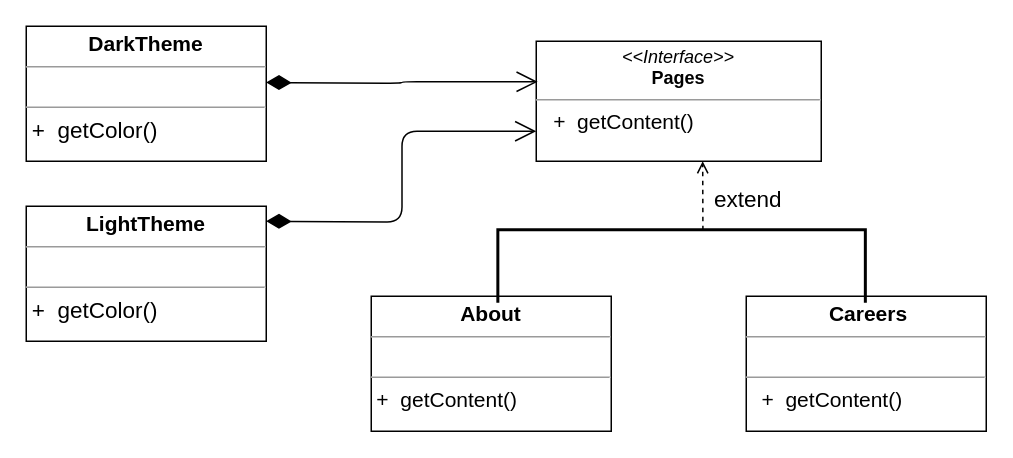
This is structural/bridge/bridge.drawio from MaksShadows/Patterns, a draw.io file, before an edit. Source tidied: cells renumbered, new cells numbered last; positions are measured from the earlier drawing's top-left corner, leaving out a move shared by most shapes. Both pictures are drawn from the tidied source at 150%, with x=0, y=0 at pixel (26, 26).
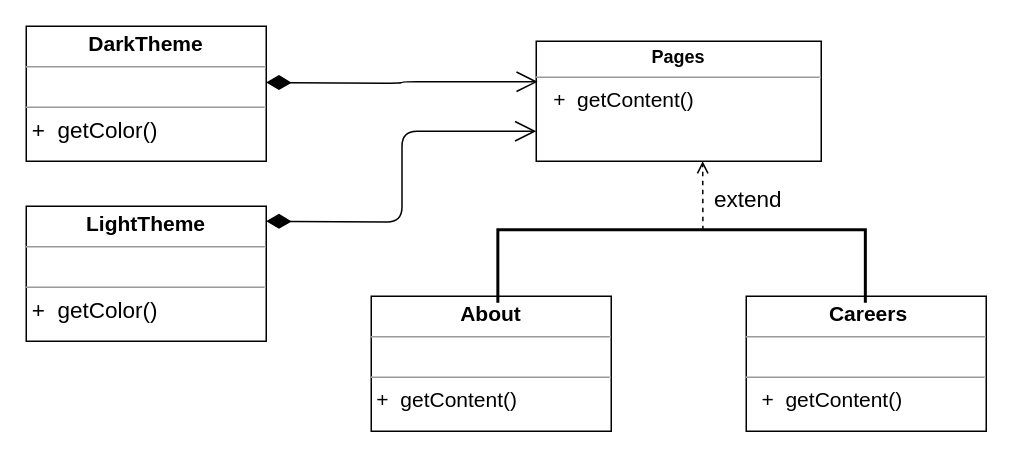
After the change.

What changed in the source:
```diff
@@
 <mxGraphModel>
   <root>
     <mxCell id="0" />
     <mxCell id="1" parent="0" />
-    <mxCell id="2" value="&lt;p style=&quot;margin: 0px ; margin-top: 4px ; text-align: center&quot;&gt;&lt;i&gt;&amp;lt;&amp;lt;Interface&amp;gt;&amp;gt;&lt;/i&gt;&lt;br&gt;&lt;b&gt;Pages&lt;/b&gt;&lt;/p&gt;&lt;hr size=&quot;1&quot;&gt;&lt;p style=&quot;text-align: justify ; margin: 0px 0px 0px 4px&quot;&gt;&lt;font style=&quot;font-size: 14px&quot;&gt;&amp;nbsp; +&amp;nbsp;&amp;nbsp;getContent()&lt;/font&gt;&lt;/p&gt;" style="verticalAlign=top;align=left;overflow=fill;fontSize=12;fontFamily=Helvetica;html=1;" parent="1" vertex="1">
+    <mxCell id="2" value="&lt;p style=&quot;margin: 0px ; margin-top: 4px ; text-align: center&quot;&gt;&lt;b&gt;Pages&lt;/b&gt;&lt;/p&gt;&lt;hr size=&quot;1&quot;&gt;&lt;p style=&quot;text-align: justify ; margin: 0px 0px 0px 4px&quot;&gt;&lt;font style=&quot;font-size: 14px&quot;&gt;&amp;nbsp; +&amp;nbsp;&amp;nbsp;getContent()&lt;/font&gt;&lt;/p&gt;" style="verticalAlign=top;align=left;overflow=fill;fontSize=12;fontFamily=Helvetica;html=1;" parent="1" vertex="1">
       <mxGeometry x="340" y="10" width="190" height="80" as="geometry" />
     </mxCell>
     <mxCell id="3" value="&lt;p style=&quot;margin: 0px ; margin-top: 4px ; text-align: center&quot;&gt;&lt;span style=&quot;font-size: 14px&quot;&gt;&lt;b&gt;About&lt;/b&gt;&lt;/span&gt;&lt;br&gt;&lt;/p&gt;&lt;hr size=&quot;1&quot;&gt;&lt;p style=&quot;margin: 0px ; margin-left: 4px&quot;&gt;&lt;br&gt;&lt;/p&gt;&lt;hr size=&quot;1&quot;&gt;&lt;p style=&quot;margin: 0px 0px 0px 4px ; font-size: 14px&quot;&gt;&lt;/p&gt;&lt;span style=&quot;font-size: 14px ; text-align: justify&quot;&gt;&amp;nbsp;+&amp;nbsp;&amp;nbsp;getContent()&lt;/span&gt;" style="verticalAlign=top;align=left;overflow=fill;fontSize=12;fontFamily=Helvetica;html=1;" parent="1" vertex="1">
       <mxGeometry x="230" y="180" width="160" height="90" as="geometry" />
     </mxCell>
     <mxCell id="4" value="&lt;p style=&quot;margin: 0px ; margin-top: 4px ; text-align: center&quot;&gt;&lt;b&gt;&amp;nbsp;&lt;font style=&quot;font-size: 14px&quot;&gt;Careers&lt;/font&gt;&lt;/b&gt;&lt;br&gt;&lt;/p&gt;&lt;hr size=&quot;1&quot;&gt;&lt;p style=&quot;margin: 0px ; margin-left: 4px&quot;&gt;&lt;br&gt;&lt;/p&gt;&lt;hr size=&quot;1&quot;&gt;&lt;p style=&quot;margin: 0px ; margin-left: 4px&quot;&gt;&lt;span&gt;&amp;nbsp;&amp;nbsp;&lt;/span&gt;&lt;span style=&quot;font-size: 14px&quot;&gt;+&amp;nbsp;&amp;nbsp;getContent()&lt;/span&gt;&lt;br&gt;&lt;/p&gt;&lt;p style=&quot;margin: 0px ; margin-left: 4px&quot;&gt;&lt;br&gt;&lt;/p&gt;" style="verticalAlign=top;align=left;overflow=fill;fontSize=12;fontFamily=Helvetica;html=1;" parent="1" vertex="1">
       <mxGeometry x="480" y="180" width="160" height="90" as="geometry" />
     </mxCell>
     <mxCell id="5" style="strokeWidth=2;html=1;shape=mxgraph.flowchart.annotation_1;align=left;rotation=90;" parent="1" vertex="1">
       <mxGeometry x="412.5" y="37.5" width="48.8" height="245" as="geometry" />
     </mxCell>
     <mxCell id="6" value="&lt;p style=&quot;margin: 0px ; margin-top: 4px ; text-align: center&quot;&gt;&lt;span style=&quot;font-size: 14px&quot;&gt;&lt;b&gt;DarkTheme&lt;/b&gt;&lt;/span&gt;&lt;br&gt;&lt;/p&gt;&lt;hr size=&quot;1&quot;&gt;&lt;p style=&quot;margin: 0px ; margin-left: 4px&quot;&gt;&lt;br&gt;&lt;/p&gt;&lt;hr size=&quot;1&quot;&gt;&lt;p style=&quot;margin: 0px 0px 0px 4px ; font-size: 14px&quot;&gt;&lt;/p&gt;&lt;span style=&quot;text-align: justify&quot;&gt;&lt;font style=&quot;font-size: 15px&quot;&gt;&amp;nbsp;+&amp;nbsp;&amp;nbsp;getColor()&lt;/font&gt;&lt;/span&gt;" style="verticalAlign=top;align=left;overflow=fill;fontSize=12;fontFamily=Helvetica;html=1;" parent="1" vertex="1">
       <mxGeometry width="160" height="90" as="geometry" />
     </mxCell>
     <mxCell id="7" value="&lt;p style=&quot;margin: 0px ; margin-top: 4px ; text-align: center&quot;&gt;&lt;span style=&quot;font-size: 14px&quot;&gt;&lt;b&gt;&amp;nbsp;LightTheme&amp;nbsp;&lt;/b&gt;&lt;/span&gt;&lt;br&gt;&lt;/p&gt;&lt;hr size=&quot;1&quot;&gt;&lt;p style=&quot;margin: 0px ; margin-left: 4px&quot;&gt;&lt;br&gt;&lt;/p&gt;&lt;hr size=&quot;1&quot;&gt;&lt;p style=&quot;margin: 0px 0px 0px 4px ; font-size: 14px&quot;&gt;&lt;/p&gt;&lt;span style=&quot;text-align: justify&quot;&gt;&lt;font style=&quot;font-size: 15px&quot;&gt;&amp;nbsp;+&amp;nbsp;&amp;nbsp;getColor()&lt;/font&gt;&lt;/span&gt;" style="verticalAlign=top;align=left;overflow=fill;fontSize=12;fontFamily=Helvetica;html=1;" parent="1" vertex="1">
       <mxGeometry y="120" width="160" height="90" as="geometry" />
     </mxCell>
     <mxCell id="8" style="endArrow=open;html=1;endSize=12;startArrow=diamondThin;startSize=14;startFill=1;edgeStyle=orthogonalEdgeStyle;align=left;verticalAlign=bottom;entryX=0.005;entryY=0.338;entryDx=0;entryDy=0;entryPerimeter=0;" parent="1" edge="1" target="2">
       <mxGeometry x="-0.67" y="28" relative="1" as="geometry">
         <mxPoint x="160" y="37.5" as="sourcePoint" />
         <mxPoint y="1" as="offset" />
       </mxGeometry>
     </mxCell>
     <mxCell id="9" value="&lt;font style=&quot;font-size: 15px&quot;&gt;extend&lt;/font&gt;" style="html=1;verticalAlign=bottom;labelBackgroundColor=none;endArrow=open;endFill=0;dashed=1;entryX=0.584;entryY=1;entryDx=0;entryDy=0;entryPerimeter=0;exitX=0.008;exitY=0.442;exitDx=0;exitDy=0;exitPerimeter=0;" parent="1" edge="1" source="5" target="2">
       <mxGeometry x="-0.6" y="-30" relative="1" as="geometry" />
     </mxCell>
     <mxCell id="10" style="endArrow=open;html=1;endSize=12;startArrow=diamondThin;startSize=14;startFill=1;edgeStyle=orthogonalEdgeStyle;align=left;verticalAlign=bottom;entryX=0;entryY=0.75;entryDx=0;entryDy=0;" parent="1" edge="1" target="2">
       <mxGeometry x="-0.83" y="40" relative="1" as="geometry">
         <mxPoint x="160" y="130" as="sourcePoint" />
       </mxGeometry>
     </mxCell>
   </root>
 </mxGraphModel>
```
